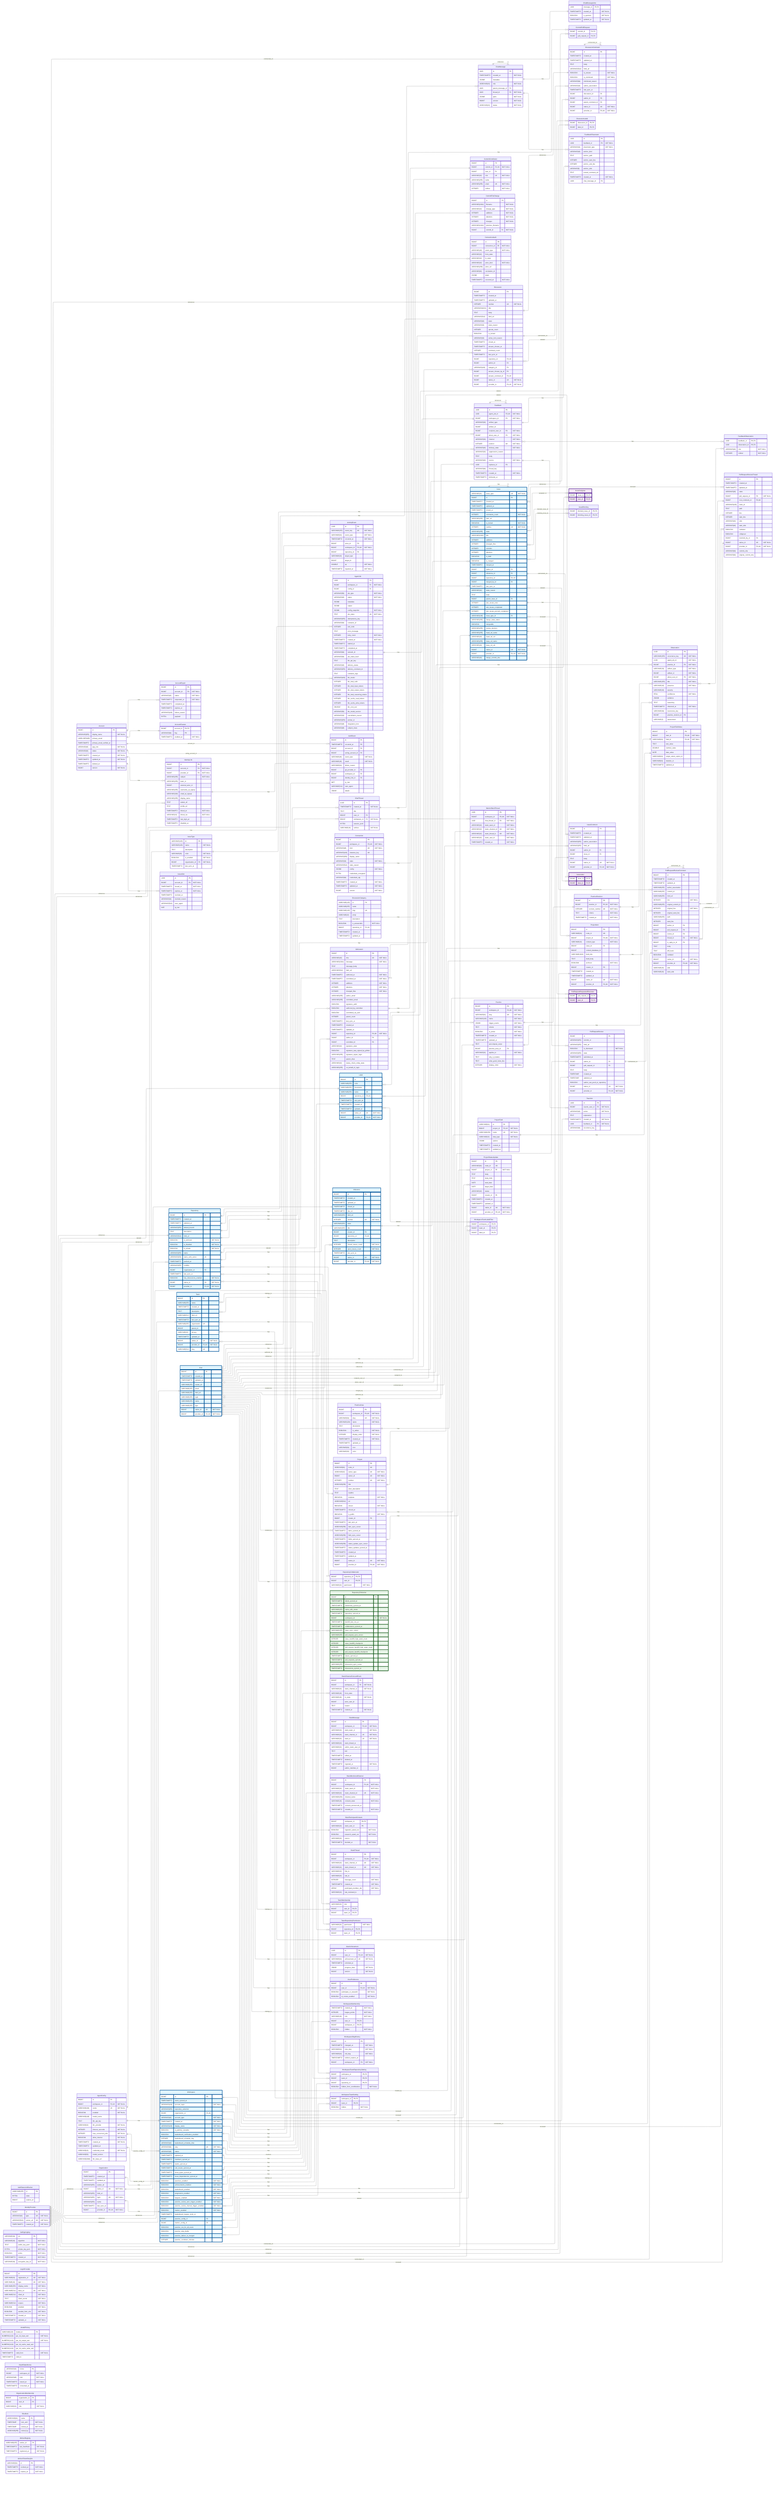
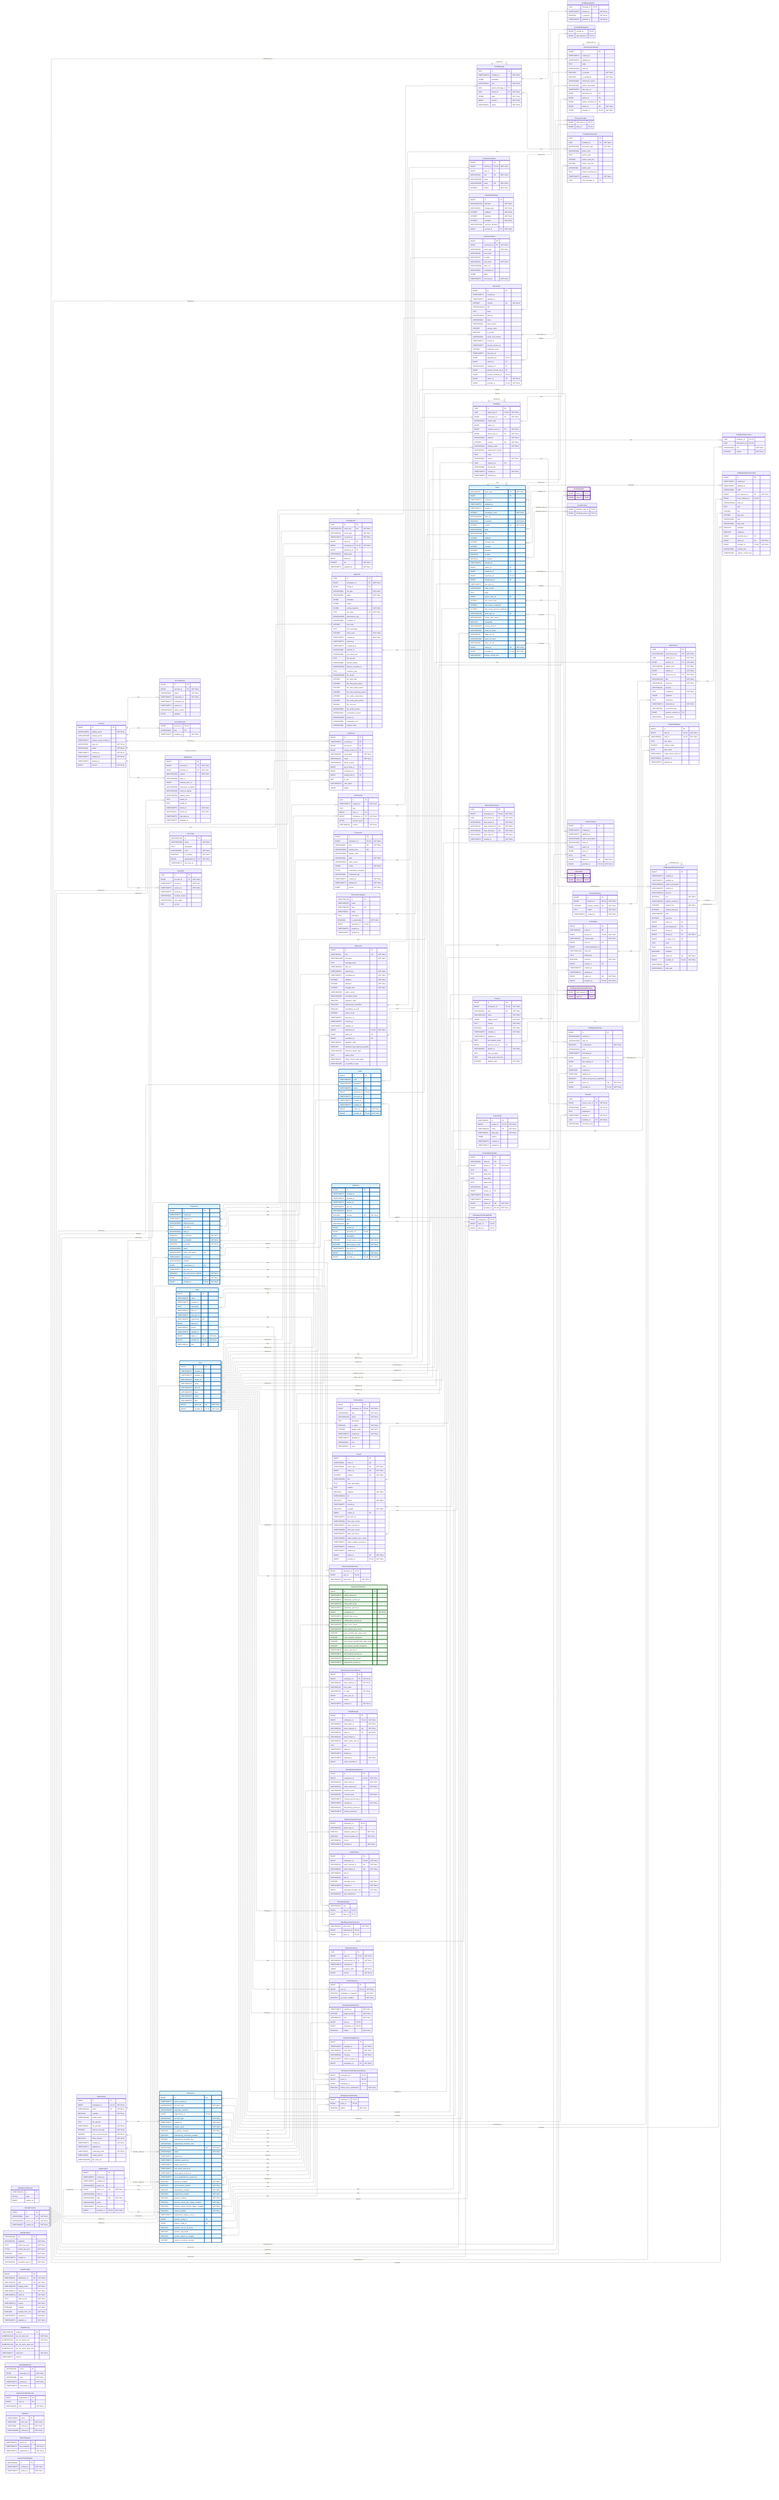
---
config:
    layout: elk
---
erDiagram
    %% Generated automatically from PostgreSQL database schema
    %% using scripts/generate-mermaid-erd.ts
    %% To regenerate: pnpm run db:generate-erd-docs

    direction LR

    Account {
        BIGINT id PK
        VARCHAR(255) display_name "NOT NULL"
        USER-DEFINED primary_email
        TIMESTAMPTZ primary_email_verified_at
        VARCHAR(16) app_role "NOT NULL"
        VARCHAR(16) status "NOT NULL"
        TIMESTAMPTZ created_at "NOT NULL"
        TIMESTAMPTZ updated_at "NOT NULL"
        TIMESTAMPTZ deleted_at
        BIGINT version "NOT NULL"
    }

    AccountExport {
        BIGINT id PK
        BIGINT account_id FK "NOT NULL"
        VARCHAR(16) status "NOT NULL"
        TIMESTAMPTZ requested_at "NOT NULL"
        TIMESTAMPTZ completed_at
        TIMESTAMPTZ expires_at
        VARCHAR(128) failure_reason
        BYTEA payload
    }

    AccountFeature {
        BIGINT account_id PK,FK
        VARCHAR(64) flag PK
        TIMESTAMPTZ enabled_at "NOT NULL"
    }

    ActivityEvent {
        UUID id PK
        VARCHAR(255) event_key UK "NOT NULL"
        VARCHAR(64) event_type "NOT NULL"
        TIMESTAMPTZ occurred_at "NOT NULL"
        BIGINT actor_id FK
        BIGINT workspace_id FK,UK "NOT NULL"
        BIGINT repository_id FK
        VARCHAR(32) target_type
        BIGINT target_id
        DOUBLE xp "NOT NULL"
        TIMESTAMPTZ ingested_at "NOT NULL"
    }

    AgentConfig {
        BIGINT id PK
        BIGINT workspace_id FK,UK "NOT NULL"
        VARCHAR(100) name UK "NOT NULL"
        BOOLEAN enabled "NOT NULL"
        VARCHAR(128) model_name
        TEXT llm_api_key
        VARCHAR(32) llm_provider "NOT NULL"
        INTEGER timeout_seconds "NOT NULL"
        INTEGER max_concurrent_jobs "NOT NULL"
        BOOLEAN allow_internet "NOT NULL"
        TIMESTAMPTZ created_at "NOT NULL"
        TIMESTAMPTZ updated_at
        VARCHAR(16) credential_mode "NOT NULL"
        VARCHAR(50) model_version
        VARCHAR(2048) llm_base_url
    }

    AgentJob {
        UUID id PK
        BIGINT workspace_id FK "NOT NULL"
        BIGINT config_id FK
        VARCHAR(50) job_type "NOT NULL"
        VARCHAR(20) status "NOT NULL"
        JSONB metadata
        JSONB output
        JSONB config_snapshot "NOT NULL"
        TEXT job_token UK "NOT NULL"
        VARCHAR(255) idempotency_key
        VARCHAR(64) container_id
        INTEGER exit_code
        TEXT error_message
        INTEGER retry_count "NOT NULL"
        TIMESTAMPTZ created_at "NOT NULL"
        TIMESTAMPTZ started_at
        TIMESTAMPTZ completed_at
        VARCHAR(64) network_id
        VARCHAR(64) job_token_hash
        TEXT llm_api_key
        VARCHAR(20) delivery_status
        VARCHAR(255) delivery_comment_id
        TEXT container_logs
        VARCHAR(100) llm_model
        INTEGER llm_total_calls
        INTEGER llm_total_input_tokens
        INTEGER llm_total_output_tokens
        INTEGER llm_total_reasoning_tokens
        INTEGER llm_cache_read_tokens
        INTEGER llm_cache_write_tokens
        DOUBLE llm_cost_usd
        VARCHAR(50) llm_model_version
        VARCHAR(32) cancellation_reason
        VARCHAR(255) worker_id
        VARCHAR(48) integration_kind
        VARCHAR(48) subject_class
    }

    AuthEvent {
        BIGINT id PK
        TIMESTAMPTZ occurred_at PK
        BIGINT account_id FK
        BIGINT acting_account_id FK
        VARCHAR(48) event_type "NOT NULL"
        VARCHAR(16) result "NOT NULL"
        VARCHAR(64) failure_reason
        BIGINT git_provider_id FK
        BIGINT workspace_id FK
        BIGINT identity_link_id FK
        INET ip_inet
        VARCHAR(512) user_agent
        JSONB details
    }

    AuthRateLimitBucket {
        VARCHAR(255) id PK
        BYTEA state
        BIGINT expires_at
    }

    ChatMessage {
        UUID id PK
        TIMESTAMPTZ created_at "NOT NULL"
        JSONB metadata
        VARCHAR(16) role "NOT NULL"
        UUID parent_message_id FK
        UUID thread_id FK "NOT NULL"
        JSONB parts "NOT NULL"
        BIGINT version "NOT NULL"
        VARCHAR(16) status "NOT NULL"
    }

    ChatMessageVote {
        UUID message_id PK,FK
        TIMESTAMPTZ created_at "NOT NULL"
        BOOLEAN is_upvoted "NOT NULL"
        TIMESTAMPTZ updated_at "NOT NULL"
    }

    ChatThread {
        UUID id PK
        TIMESTAMPTZ created_at "NOT NULL"
        TEXT title
        BIGINT user_id FK
        BIGINT workspace_id FK "NOT NULL"
        BYTEA session_jsonl
        VARCHAR(16) surface "NOT NULL"
    }

    CommitContributor {
        BIGINT id PK
        BIGINT commit_id FK,UK "NOT NULL"
        BIGINT user_id FK
        VARCHAR(32) role UK "NOT NULL"
        VARCHAR(255) name
        VARCHAR(255) email UK "NOT NULL"
        INTEGER ordinal "NOT NULL"
    }

    CommitFileChange {
        BIGINT id PK
        VARCHAR(1024) filename "NOT NULL"
        VARCHAR(32) change_type "NOT NULL"
        INTEGER additions "NOT NULL"
        INTEGER deletions "NOT NULL"
        INTEGER changes "NOT NULL"
        VARCHAR(1024) previous_filename
        BIGINT commit_id FK "NOT NULL"
    }

    CommitPullRequest {
        BIGINT commit_id PK,FK
        BIGINT pull_request_id PK,FK
    }

    Connection {
        BIGINT id PK
        BIGINT workspace_id FK,UK "NOT NULL"
        VARCHAR(48) kind UK "NOT NULL"
        VARCHAR(128) instance_key UK
        VARCHAR(256) display_name
        VARCHAR(32) state "NOT NULL"
        VARCHAR(512) state_reason
        JSONB config "NOT NULL"
        BYTEA credentials_encrypted
        VARCHAR(64) credentials_alg
        TIMESTAMPTZ created_at "NOT NULL"
        TIMESTAMPTZ updated_at "NOT NULL"
        BIGINT version "NOT NULL"
    }

    ConnectionAudit {
        BIGINT id PK
        BIGINT connection_id FK "NOT NULL"
        VARCHAR(48) event_type "NOT NULL"
        VARCHAR(32) from_state
        VARCHAR(32) to_state
        VARCHAR(32) actor_kind "NOT NULL"
        VARCHAR(256) actor_ref
        VARCHAR(64) correlation_id
        JSONB detail
        TIMESTAMPTZ occurred_at "NOT NULL"
    }

    Discussion {
        BIGINT id PK
        TIMESTAMPTZ created_at
        TIMESTAMPTZ updated_at
        INTEGER number UK "NOT NULL"
        VARCHAR(1024) title
        TEXT body
        VARCHAR(512) html_url
        VARCHAR(16) state
        VARCHAR(32) state_reason
        INTEGER upvote_count
        BOOLEAN is_locked
        VARCHAR(32) active_lock_reason
        TIMESTAMPTZ closed_at
        TIMESTAMPTZ answer_chosen_at
        INTEGER comment_count
        TIMESTAMPTZ last_sync_at
        BIGINT repository_id FK,UK
        BIGINT author_id FK
        VARCHAR(128) category_id FK
        BIGINT answer_chosen_by_id FK
        BIGINT answer_comment_id FK,UK
        BIGINT native_id UK "NOT NULL"
        BIGINT provider_id FK,UK "NOT NULL"
    }

    DiscussionCategory {
        VARCHAR(128) id PK
        VARCHAR(255) name
        VARCHAR(128) slug UK
        VARCHAR(32) emoji
        TEXT description
        BOOLEAN is_answerable "NOT NULL"
        BIGINT repository_id FK,UK
        TIMESTAMPTZ created_at
        TIMESTAMPTZ updated_at
    }

    DiscussionComment {
        BIGINT id PK
        TIMESTAMPTZ created_at
        TIMESTAMPTZ updated_at
        TEXT body
        VARCHAR(512) html_url
        BOOLEAN is_answer "NOT NULL"
        BOOLEAN is_minimized "NOT NULL"
        VARCHAR(64) minimized_reason
        VARCHAR(32) author_association
        TIMESTAMPTZ last_sync_at
        BIGINT discussion_id FK
        BIGINT author_id FK
        BIGINT parent_comment_id FK
        BIGINT native_id UK "NOT NULL"
        BIGINT provider_id FK,UK "NOT NULL"
    }

    DiscussionLabel {
        BIGINT discussion_id PK,FK
        BIGINT label_id PK,FK
    }

    Feedback {
        UUID id PK
        UUID agent_job_id FK,UK "NOT NULL"
        BIGINT workspace_id FK "NOT NULL"
        VARCHAR(32) artifact_type
        BIGINT artifact_id
        BIGINT recipient_user_id FK "NOT NULL"
        BIGINT about_user_id FK "NOT NULL"
        VARCHAR(32) channel "NOT NULL"
        INTEGER position UK "NOT NULL"
        VARCHAR(16) delivery_state "NOT NULL"
        VARCHAR(32) suppression_reason
        TEXT body
        VARCHAR(16) source "NOT NULL"
        UUID replaces_id FK
        VARCHAR(64) thread_key
        TIMESTAMPTZ created_at "NOT NULL"
        TIMESTAMPTZ delivered_at
    }

    FeedbackObservation {
        UUID feedback_id PK,FK
        UUID observation_id PK,FK
        VARCHAR(16) role "NOT NULL"
        INTEGER ordinal "NOT NULL"
    }

    FeedbackPlacement {
        UUID id PK
        UUID feedback_id FK "NOT NULL"
        VARCHAR(32) placement_type "NOT NULL"
        VARCHAR(16) anchor_kind
        TEXT anchor_path
        INTEGER anchor_start_line
        INTEGER anchor_end_line
        VARCHAR(8) anchor_side
        TEXT posted_comment_ref
        TIMESTAMPTZ created_at "NOT NULL"
        UUID chat_message_id FK
    }

    GitCommit {
        BIGINT id PK
        VARCHAR(40) sha UK "NOT NULL"
        VARCHAR(1024) message "NOT NULL"
        TEXT message_body
        VARCHAR(512) html_url
        TIMESTAMPTZ authored_at "NOT NULL"
        TIMESTAMPTZ committed_at "NOT NULL"
        INTEGER additions "NOT NULL"
        INTEGER deletions "NOT NULL"
        INTEGER changed_files "NOT NULL"
        VARCHAR(255) author_email
        VARCHAR(255) committer_email
        BOOLEAN signature_valid
        BOOLEAN authored_by_committer
        BOOLEAN committed_via_web
        INTEGER parent_count
        TIMESTAMPTZ last_sync_at
        TIMESTAMPTZ created_at
        TIMESTAMPTZ updated_at
        BIGINT repository_id FK,UK "NOT NULL"
        BIGINT author_id FK
        BIGINT committer_id FK
        VARCHAR(32) signature_state
        BOOLEAN signature_was_signed_by_github
        VARCHAR(255) signature_signer_login
        TEXT parent_shas
        VARCHAR(32) status_check_rollup_state
        VARCHAR(255) on_behalf_of_login
    }

    IdentityLink {
        BIGINT id PK
        BIGINT account_id FK "NOT NULL"
        BIGINT provider_id FK "NOT NULL"
        VARCHAR(255) subject "NOT NULL"
        VARCHAR(255) team_id
        BIGINT external_actor_id
        VARCHAR(255) username_at_signup
        VARCHAR(320) email_at_signup
        VARCHAR(255) display_name
        TEXT avatar_url
        TEXT profile_url
        TIMESTAMPTZ linked_at "NOT NULL"
        VARCHAR(16) linked_via "NOT NULL"
        TIMESTAMPTZ last_login_at
        TIMESTAMPTZ disabled_at
    }

    IdentityProvider {
        BIGINT id PK
        VARCHAR(10) type UK "NOT NULL"
        VARCHAR(512) server_url UK "NOT NULL"
        TIMESTAMPTZ created_at "NOT NULL"
    }

    Issue {
        VARCHAR(31) issue_type UK "NOT NULL"
        BIGINT id PK
        TIMESTAMPTZ created_at
        TIMESTAMPTZ updated_at
        TIMESTAMPTZ closed_at
        INTEGER comments_count "NOT NULL"
        VARCHAR(255) html_url
        BOOLEAN is_locked "NOT NULL"
        INTEGER number UK "NOT NULL"
        VARCHAR(255) state
        VARCHAR(1024) title
        INTEGER additions
        INTEGER changed_files
        INTEGER commits
        INTEGER deletions
        BOOLEAN is_draft
        BOOLEAN is_merged
        TIMESTAMPTZ merged_at
        BIGINT author_id FK
        BIGINT milestone_id FK
        BIGINT repository_id FK,UK
        BIGINT merged_by_id FK
        TIMESTAMPTZ last_sync_at
        VARCHAR(32) state_reason
        TEXT body
        BIGINT parent_issue_id FK
        INTEGER sub_issues_total
        INTEGER sub_issues_completed
        INTEGER sub_issues_percent_completed
        VARCHAR(128) issue_type_id FK
        VARCHAR(255) merge_state_status
        BOOLEAN mergeable
        VARCHAR(255) review_decision
        VARCHAR(255) head_ref_name
        VARCHAR(40) head_ref_oid
        VARCHAR(255) base_ref_name
        VARCHAR(40) base_ref_oid
        BIGINT native_id UK "NOT NULL"
        BIGINT provider_id FK,UK "NOT NULL"
        VARCHAR(40) merge_commit_sha
    }

    IssueAssignee {
        BIGINT issue_id PK,FK
        BIGINT user_id PK,FK
    }

    IssueBlocking {
        BIGINT blocked_issue_id PK,FK
        BIGINT blocking_issue_id PK,FK
    }

    IssueComment {
        BIGINT id PK
        TIMESTAMPTZ created_at
        TIMESTAMPTZ updated_at
        VARCHAR(255) author_association
        VARCHAR(255) html_url
        BIGINT author_id FK
        BIGINT issue_id FK
        TEXT body
        BIGINT native_id UK "NOT NULL"
        BIGINT provider_id FK,UK "NOT NULL"
    }

    IssueLabel {
        BIGINT issue_id PK,FK
        BIGINT label_id PK,FK
    }

    IssueType {
        VARCHAR(128) id PK
        VARCHAR(128) name "NOT NULL"
        TEXT description
        VARCHAR(20) color "NOT NULL"
        BOOLEAN is_enabled "NOT NULL"
        BIGINT organization_id FK "NOT NULL"
        TIMESTAMPTZ last_sync_at
    }

    IssuedJwt {
        UUID jti PK
        BIGINT account_id FK "NOT NULL"
        TIMESTAMPTZ issued_at "NOT NULL"
        TIMESTAMPTZ expires_at "NOT NULL"
        TIMESTAMPTZ revoked_at
        VARCHAR(32) revoked_reason
        VARCHAR(512) user_agent
        INET ip_inet
    }

    JwtSigningKey {
        VARCHAR(64) kid PK
        VARCHAR(16) algorithm "NOT NULL"
        TEXT public_key_pem "NOT NULL"
        BYTEA private_key_pem "NOT NULL"
        BOOLEAN active "NOT NULL"
        TIMESTAMPTZ created_at "NOT NULL"
        VARCHAR(64) encryption_key_id "NOT NULL"
    }

    Label {
        BIGINT id PK
        VARCHAR(255) color
        VARCHAR(255) description
        VARCHAR(255) name UK
        BIGINT repository_id FK,UK
        TIMESTAMPTZ last_sync_at
        TIMESTAMPTZ created_at
        TIMESTAMPTZ updated_at
        BIGINT native_id UK "NOT NULL"
        BIGINT provider_id FK,UK "NOT NULL"
    }

    LoginProvider {
        BIGINT id PK
        VARCHAR(64) registration_id UK "NOT NULL"
        VARCHAR(10) type UK "NOT NULL"
        VARCHAR(255) display_name "NOT NULL"
        VARCHAR(512) base_url UK "NOT NULL"
        VARCHAR(512) client_id "NOT NULL"
        TEXT client_secret "NOT NULL"
        VARCHAR(512) scopes "NOT NULL"
        BOOLEAN enabled "NOT NULL"
        BOOLEAN seeded_from_env "NOT NULL"
        TIMESTAMPTZ created_at "NOT NULL"
        TIMESTAMPTZ updated_at "NOT NULL"
    }

    MentorSlackThread {
        UUID id PK
        BIGINT workspace_id FK,UK "NOT NULL"
        UUID chat_thread_id FK "NOT NULL"
        VARCHAR(32) slack_team_id "NOT NULL"
        VARCHAR(32) slack_channel_id UK "NOT NULL"
        VARCHAR(32) slack_thread_ts UK "NOT NULL"
        VARCHAR(32) slack_user_id "NOT NULL"
        TIMESTAMPTZ created_at "NOT NULL"
    }

    Milestone {
        BIGINT id PK
        TIMESTAMPTZ created_at
        TIMESTAMPTZ updated_at
        TIMESTAMPTZ closed_at
        TIMESTAMPTZ due_on
        VARCHAR(255) html_url
        INTEGER number UK "NOT NULL"
        VARCHAR(255) state
        VARCHAR(255) title
        BIGINT creator_id FK
        BIGINT repository_id FK,UK
        TEXT description
        INTEGER closed_issues_count "NOT NULL"
        INTEGER open_issues_count "NOT NULL"
        TIMESTAMPTZ last_sync_at
        BIGINT native_id UK "NOT NULL"
        BIGINT provider_id FK,UK "NOT NULL"
    }

    ModelPricing {
        VARCHAR(128) model_id PK
        NUMERIC(12,6) per_1k_input_usd "NOT NULL"
        NUMERIC(12,6) per_1k_output_usd "NOT NULL"
        NUMERIC(12,6) per_1k_cache_read_usd
        NUMERIC(12,6) per_1k_cache_write_usd
        TIMESTAMPTZ valid_from "NOT NULL"
        TIMESTAMPTZ valid_to
    }

    OauthStateNonce {
        VARCHAR(32) nonce PK
        BIGINT workspace_id "NOT NULL"
        VARCHAR(48) kind "NOT NULL"
        TIMESTAMPTZ issued_at "NOT NULL"
        TIMESTAMPTZ consumed_at
    }

    Observation {
        UUID id PK
        VARCHAR(255) occurrence_key UK "NOT NULL"
        UUID agent_job_id "NOT NULL"
        BIGINT practice_id FK "NOT NULL"
        VARCHAR(32) artifact_type "NOT NULL"
        BIGINT artifact_id "NOT NULL"
        BIGINT about_user_id FK "NOT NULL"
        VARCHAR(255) title "NOT NULL"
        VARCHAR(16) presence "NOT NULL"
        VARCHAR(16) severity
        REAL confidence "NOT NULL"
        JSONB evidence
        TEXT reasoning
        TIMESTAMPTZ observed_at "NOT NULL"
        VARCHAR(64) recurrence_key
        BIGINT practice_revision_id FK
        VARCHAR(8) assessment
    }

    Organization {
        BIGINT id PK
        TIMESTAMPTZ created_at
        TIMESTAMPTZ updated_at
        VARCHAR(255) avatar_url
        BIGINT native_id UK "NOT NULL"
        VARCHAR(255) html_url
        VARCHAR(255) login UK "NOT NULL"
        VARCHAR(255) name
        TIMESTAMPTZ last_sync_at
        BIGINT provider_id FK,UK "NOT NULL"
    }

    OrganizationMembership {
        BIGINT organization_id PK
        BIGINT user_id PK
        VARCHAR(32) role "NOT NULL"
    }

    Practice {
        BIGINT id PK
        BIGINT workspace_id FK,UK "NOT NULL"
        VARCHAR(64) slug UK "NOT NULL"
        VARCHAR(128) name "NOT NULL"
        JSONB trigger_events "NOT NULL"
        TEXT criteria "NOT NULL"
        BOOLEAN is_active "NOT NULL"
        TIMESTAMPTZ created_at "NOT NULL"
        TIMESTAMPTZ updated_at
        TEXT precompute_script
        BIGINT practice_area_id FK
        VARCHAR(32) applies_to "NOT NULL"
        TEXT why_it_matters
        TEXT what_good_looks_like
        INTEGER display_order "NOT NULL"
    }

    PracticeArea {
        BIGINT id PK
        BIGINT workspace_id FK,UK "NOT NULL"
        VARCHAR(64) slug UK "NOT NULL"
        VARCHAR(128) name "NOT NULL"
        TEXT description
        BOOLEAN is_active "NOT NULL"
        INTEGER display_order "NOT NULL"
        TIMESTAMPTZ created_at "NOT NULL"
        TIMESTAMPTZ updated_at
        VARCHAR(64) icon
        VARCHAR(32) color
    }

    PracticeRevision {
        BIGINT id PK
        BIGINT practice_id FK,UK "NOT NULL"
        INTEGER revision_number UK "NOT NULL"
        TEXT criteria "NOT NULL"
        TIMESTAMPTZ created_at "NOT NULL"
    }

    Project {
        BIGINT id PK
        VARCHAR(64) node_id UK
        VARCHAR(32) owner_type UK "NOT NULL"
        BIGINT owner_id UK "NOT NULL"
        INTEGER number UK "NOT NULL"
        VARCHAR(256) title
        TEXT short_description
        TEXT readme
        BOOLEAN template "NOT NULL"
        VARCHAR(512) url
        BOOLEAN closed "NOT NULL"
        TIMESTAMPTZ closed_at
        BOOLEAN is_public "NOT NULL"
        BIGINT creator_id FK
        TIMESTAMPTZ last_sync_at
        VARCHAR(256) item_sync_cursor
        TIMESTAMPTZ items_synced_at
        VARCHAR(256) field_sync_cursor
        TIMESTAMPTZ fields_synced_at
        VARCHAR(256) status_update_sync_cursor
        TIMESTAMPTZ status_updates_synced_at
        TIMESTAMPTZ created_at
        TIMESTAMPTZ updated_at
        BIGINT native_id UK "NOT NULL"
        BIGINT provider_id FK,UK "NOT NULL"
    }

    ProjectField {
        VARCHAR(64) id PK
        BIGINT project_id FK,UK "NOT NULL"
        VARCHAR(256) name UK "NOT NULL"
        VARCHAR(32) data_type "NOT NULL"
        JSONB options
        TIMESTAMPTZ created_at
        TIMESTAMPTZ updated_at
    }

    ProjectFieldValue {
        BIGINT id PK
        BIGINT item_id FK,UK "NOT NULL"
        VARCHAR(64) field_id FK,UK "NOT NULL"
        TEXT text_value
        DOUBLE number_value
        DATE date_value
        VARCHAR(64) single_select_option_id
        VARCHAR(64) iteration_id
        TIMESTAMPTZ updated_at
    }

    ProjectItem {
        BIGINT id PK
        VARCHAR(64) node_id UK
        BIGINT project_id FK,UK "NOT NULL"
        VARCHAR(32) content_type "NOT NULL"
        BIGINT issue_id FK
        BIGINT content_database_id
        VARCHAR(1024) draft_title
        TEXT draft_body
        BOOLEAN archived "NOT NULL"
        BIGINT creator_id FK
        TIMESTAMPTZ created_at
        TIMESTAMPTZ updated_at
        BIGINT native_id UK "NOT NULL"
        BIGINT provider_id FK,UK "NOT NULL"
    }

    ProjectStatusUpdate {
        BIGINT id PK
        VARCHAR(64) node_id UK
        BIGINT project_id FK "NOT NULL"
        TEXT body
        TEXT body_html
        DATE start_date
        DATE target_date
        VARCHAR(32) status
        BIGINT creator_id FK
        TIMESTAMPTZ created_at
        TIMESTAMPTZ updated_at
        BIGINT native_id UK "NOT NULL"
        BIGINT provider_id FK,UK "NOT NULL"
    }

    PullRequestRequestedReviewer {
        BIGINT pull_request_id PK,FK
        BIGINT user_id PK,FK
    }

    PullRequestReview {
        BIGINT id PK
        VARCHAR(255) commit_id
        VARCHAR(255) html_url
        BOOLEAN is_dismissed "NOT NULL"
        VARCHAR(255) state
        TIMESTAMPTZ submitted_at
        BIGINT author_id FK
        BIGINT pull_request_id FK
        TEXT body
        TIMESTAMP created_at
        TIMESTAMP updated_at
        BOOLEAN author_can_push_to_repository
        BIGINT native_id UK "NOT NULL"
        BIGINT provider_id FK,UK "NOT NULL"
    }

    PullRequestReviewComment {
        BIGINT id PK
        TIMESTAMPTZ created_at
        TIMESTAMPTZ updated_at
        VARCHAR(255) author_association
        VARCHAR(255) commit_id
        VARCHAR(255) html_url
        INTEGER line "NOT NULL"
        VARCHAR(255) original_commit_id
        INTEGER original_line "NOT NULL"
        INTEGER original_start_line
        VARCHAR(255) path
        INTEGER start_line
        BIGINT author_id FK
        BIGINT pull_request_id FK
        BIGINT review_id FK
        BIGINT thread_id FK "NOT NULL"
        BIGINT in_reply_to_id FK
        TEXT body
        TEXT diff_hunk
        BOOLEAN outdated
        BIGINT native_id UK "NOT NULL"
        BIGINT provider_id FK,UK "NOT NULL"
        VARCHAR(16) side
        VARCHAR(16) start_side
    }

    PullRequestReviewThread {
        BIGINT id PK
        TIMESTAMPTZ created_at
        TIMESTAMPTZ updated_at
        VARCHAR(20) state
        BIGINT pull_request_id FK "NOT NULL"
        BIGINT root_comment_id FK,UK
        VARCHAR(128) node_id
        TEXT path
        INTEGER line
        INTEGER start_line
        VARCHAR(16) side
        VARCHAR(16) start_side
        BOOLEAN outdated
        BOOLEAN collapsed
        BIGINT resolved_by_id FK
        BIGINT native_id UK "NOT NULL"
        BIGINT provider_id FK,UK "NOT NULL"
        VARCHAR(64) commit_sha
        VARCHAR(64) original_commit_sha
    }

    Reaction {
        UUID id PK
        BIGINT reactor_user_id FK "NOT NULL"
        VARCHAR(16) action "NOT NULL"
        TEXT explanation
        TIMESTAMPTZ created_at "NOT NULL"
        UUID feedback_id FK "NOT NULL"
        VARCHAR(64) recurrence_key
    }

    Repository {
        BIGINT id PK
        TIMESTAMPTZ created_at
        TIMESTAMPTZ updated_at
        VARCHAR(255) default_branch
        TEXT description
        VARCHAR(512) html_url
        BOOLEAN is_archived "NOT NULL"
        BOOLEAN is_disabled "NOT NULL"
        BOOLEAN is_private "NOT NULL"
        VARCHAR(255) name
        VARCHAR(150) name_with_owner UK
        TIMESTAMPTZ pushed_at
        VARCHAR(255) visibility
        BIGINT organization_id FK
        TIMESTAMPTZ last_sync_at
        BOOLEAN has_discussions_enabled "NOT NULL"
        BIGINT native_id UK "NOT NULL"
        BIGINT provider_id FK,UK "NOT NULL"
    }

    RepositoryCollaborator {
        BIGINT repository_id PK,FK
        BIGINT user_id PK,FK
        VARCHAR(32) permission "NOT NULL"
    }

    RepositoryToMonitor {
        BIGINT id PK
        TIMESTAMPTZ labels_synced_at
        TIMESTAMPTZ milestones_synced_at
        VARCHAR(255) name_with_owner
        TIMESTAMPTZ repository_synced_at
        BIGINT workspace_id FK "NOT NULL"
        TIMESTAMPTZ backfill_last_run_at
        TIMESTAMPTZ collaborators_synced_at
        VARCHAR(255) issue_sync_cursor
        VARCHAR(255) pull_request_sync_cursor
        INTEGER issue_backfill_high_water_mark
        INTEGER issue_backfill_checkpoint
        INTEGER pull_request_backfill_high_water_mark
        INTEGER pull_request_backfill_checkpoint
        TIMESTAMPTZ issues_synced_at
        TIMESTAMPTZ pull_requests_synced_at
        VARCHAR(255) discussion_sync_cursor
        TIMESTAMPTZ discussions_synced_at
    }

    Shedlock {
        VARCHAR(64) name PK
        TIMESTAMP lock_until "NOT NULL"
        TIMESTAMP locked_at "NOT NULL"
        VARCHAR(255) locked_by "NOT NULL"
    }

    SlackChannelConsentEvent {
        BIGINT id PK
        BIGINT workspace_id FK "NOT NULL"
        VARCHAR(32) slack_channel_id "NOT NULL"
        VARCHAR(16) from_state
        VARCHAR(16) to_state "NOT NULL"
        BIGINT actor_user_id
        TEXT reason
        TIMESTAMPTZ created_at "NOT NULL"
    }

    SlackMessage {
        BIGINT id PK
        BIGINT workspace_id FK,UK "NOT NULL"
        VARCHAR(32) slack_team_id "NOT NULL"
        VARCHAR(32) slack_channel_id UK "NOT NULL"
        VARCHAR(32) slack_ts UK "NOT NULL"
        VARCHAR(32) slack_thread_ts
        VARCHAR(32) author_slack_user_id
        TEXT text
        TIMESTAMPTZ edited_at
        TIMESTAMPTZ deleted_at
        TIMESTAMPTZ ingested_at "NOT NULL"
        BIGINT author_member_id
    }

    SlackMonitoredChannel {
        BIGINT id PK
        BIGINT workspace_id FK,UK "NOT NULL"
        VARCHAR(32) slack_team_id "NOT NULL"
        VARCHAR(32) slack_channel_id UK "NOT NULL"
        VARCHAR(256) channel_name
        VARCHAR(16) consent_state "NOT NULL"
        TIMESTAMPTZ consent_announced_at
        TIMESTAMPTZ created_at "NOT NULL"
+         VARCHAR(32) last_history_synced_ts
+         TIMESTAMPTZ history_synced_at
    }

    SlackParticipantConsent {
        BIGINT workspace_id PK,FK
        VARCHAR(32) slack_user_id PK
        BOOLEAN ingestion_opted_out "NOT NULL"
        BOOLEAN research_opted_out "NOT NULL"
        VARCHAR(32) source
        TIMESTAMPTZ decided_at "NOT NULL"
    }

    SlackThread {
        BIGINT id PK
        BIGINT workspace_id FK,UK "NOT NULL"
        VARCHAR(32) slack_channel_id UK "NOT NULL"
        VARCHAR(32) slack_thread_ts UK "NOT NULL"
        VARCHAR(32) first_ts
        VARCHAR(32) last_ts
        INTEGER message_count "NOT NULL"
        TIMESTAMPTZ created_at "NOT NULL"
        ARRAY participant_member_ids "NOT NULL"
        VARCHAR(32) last_reviewed_ts
    }

    Team {
        BIGINT id PK
        VARCHAR(255) name
        TIMESTAMPTZ created_at
        TEXT description
        VARCHAR(512) html_url
        TIMESTAMPTZ last_sync_at
        VARCHAR(255) organization UK
        BIGINT parent_id
        VARCHAR(32) privacy
        TIMESTAMPTZ updated_at
        BIGINT native_id UK "NOT NULL"
        BIGINT provider_id FK,UK "NOT NULL"
        VARCHAR(512) slug UK
    }

    TeamMembership {
        VARCHAR(32) role
        BIGINT user_id PK,FK
        BIGINT team_id PK,FK
    }

    TeamRepositoryPermission {
        VARCHAR(32) permission "NOT NULL"
        BIGINT repository_id PK,FK
        BIGINT team_id PK,FK
    }

    User {
        BIGINT id PK
        TIMESTAMPTZ created_at
        TIMESTAMPTZ updated_at
        VARCHAR(255) avatar_url
        VARCHAR(255) email
        VARCHAR(255) html_url
        VARCHAR(255) login
        VARCHAR(255) name
        VARCHAR(255) type
        BIGINT native_id UK "NOT NULL"
        BIGINT provider_id FK,UK "NOT NULL"
    }

    UserAchievement {
        UUID id PK
        BIGINT user_id FK,UK "NOT NULL"
        VARCHAR(64) achievement_id UK "NOT NULL"
        TIMESTAMPTZ unlocked_at
        JSONB progress_data "NOT NULL"
        BIGINT version "NOT NULL"
    }

    UserPreference {
        BIGINT id PK
        BIGINT user_id FK,UK "NOT NULL"
        BOOLEAN participate_in_research "NOT NULL"
        BOOLEAN ai_review_enabled "NOT NULL"
    }

    WorkerRegistry {
        VARCHAR(255) worker_id PK
        TIMESTAMPTZ last_heartbeat "NOT NULL"
        TIMESTAMPTZ registered_at "NOT NULL"
    }

    WorkerTokenDenylist {
        VARCHAR(64) jti PK
        TIMESTAMPTZ revoked_at "NOT NULL"
        TIMESTAMPTZ expires_at "NOT NULL"
    }

    Workspace {
        BIGINT id PK
        TIMESTAMPTZ users_synced_at
        VARCHAR(120) account_login "NOT NULL"
        VARCHAR(255) repository_selection
        BIGINT organization_id FK,UK
        VARCHAR(10) account_type "NOT NULL"
        TIMESTAMPTZ created_at "NOT NULL"
        VARCHAR(120) display_name "NOT NULL"
        BOOLEAN is_publicly_viewable "NOT NULL"
        BOOLEAN leaderboard_notification_enabled
        INTEGER leaderboard_schedule_day
        VARCHAR(10) leaderboard_schedule_time
        VARCHAR(64) slug UK "NOT NULL"
        VARCHAR(20) status "NOT NULL"
        TIMESTAMPTZ updated_at
        TIMESTAMPTZ members_synced_at
        TIMESTAMPTZ teams_synced_at
        TIMESTAMPTZ sub_issues_synced_at
        TIMESTAMPTZ issue_types_synced_at
        TIMESTAMPTZ issue_dependencies_synced_at
        BOOLEAN practices_enabled "NOT NULL"
        BOOLEAN achievements_enabled "NOT NULL"
        BOOLEAN leaderboard_enabled "NOT NULL"
        BOOLEAN progression_enabled "NOT NULL"
        BOOLEAN leagues_enabled "NOT NULL"
        BOOLEAN practice_review_auto_trigger_enabled "NOT NULL"
        BOOLEAN practice_review_manual_trigger_enabled "NOT NULL"
        BOOLEAN mentor_enabled "NOT NULL"
        TIMESTAMPTZ leaderboard_league_cycle_at
        BIGINT practice_config_id FK
        BIGINT mentor_config_id FK
        BOOLEAN practice_run_for_all_users
        BOOLEAN practice_skip_drafts
        BOOLEAN practice_deliver_to_merged
        INTEGER practice_cooldown_minutes
    }

    WorkspaceMembership {
        TIMESTAMPTZ created_at "NOT NULL"
        INTEGER league_points "NOT NULL"
        VARCHAR(16) role "NOT NULL"
        BIGINT user_id PK,FK
        BIGINT workspace_id PK,FK
        BOOLEAN hidden "NOT NULL"
    }

    WorkspaceSlugHistory {
        BIGINT id PK
        TIMESTAMPTZ changed_at "NOT NULL"
        VARCHAR(64) new_slug "NOT NULL"
        VARCHAR(64) old_slug "NOT NULL"
        TIMESTAMPTZ redirect_expires_at
        BIGINT workspace_id FK "NOT NULL"
    }

    WorkspaceTeamLabelFilter {
        BIGINT workspace_id PK,FK
        BIGINT team_id PK,FK
        BIGINT label_id PK,FK
    }

    WorkspaceTeamRepositorySetting {
        BIGINT workspace_id PK,FK
        BIGINT team_id PK,FK
        BIGINT repository_id PK,FK
        BOOLEAN hidden_from_contributions "NOT NULL"
    }

    WorkspaceTeamSetting {
        BIGINT workspace_id PK,FK
        BIGINT team_id PK,FK
        BOOLEAN hidden "NOT NULL"
    }

    %% Relationships
    %% One-to-One relationships
    Account ||--|| AccountFeature : has
    Workspace ||--|| ActivityEvent : has
    Workspace ||--|| AgentConfig : has
    ChatMessage ||--|| ChatMessageVote : has
    GitCommit ||--|| CommitContributor : has
    Workspace ||--|| Connection : has
    Repository ||--|| Discussion : has
    DiscussionComment ||--|| Discussion : references
    IdentityProvider ||--|| Discussion : references
    Repository ||--|| DiscussionCategory : has
    IdentityProvider ||--|| DiscussionComment : commented_on
    AgentJob ||--|| Feedback : has
    Repository ||--|| GitCommit : has
    Repository ||--|| Issue : has
    IdentityProvider ||--|| Issue : references
    IdentityProvider ||--|| IssueComment : commented_on
    Repository ||--|| Label : labeled
    IdentityProvider ||--|| Label : labeled
    Workspace ||--|| MentorSlackThread : has
    Repository ||--|| Milestone : has
    IdentityProvider ||--|| Milestone : references
    IdentityProvider ||--|| Organization : references
    Workspace ||--|| Practice : has
    Workspace ||--|| PracticeArea : has
    Practice ||--|| PracticeRevision : has
    IdentityProvider ||--|| Project : references
    Project ||--|| ProjectField : has
    ProjectItem ||--|| ProjectFieldValue : has
    ProjectField ||--|| ProjectFieldValue : has
    Project ||--|| ProjectItem : has
    IdentityProvider ||--|| ProjectItem : references
    IdentityProvider ||--|| ProjectStatusUpdate : references
    IdentityProvider ||--|| PullRequestReview : reviewed
    IdentityProvider ||--|| PullRequestReviewComment : commented_on
    PullRequestReviewComment ||--|| PullRequestReviewThread : reviewed
    IdentityProvider ||--|| PullRequestReviewThread : reviewed
    IdentityProvider ||--|| Repository : references
    Workspace ||--|| SlackMessage : has
    Workspace ||--|| SlackMonitoredChannel : has
    Workspace ||--|| SlackParticipantConsent : has
    Workspace ||--|| SlackThread : has
    IdentityProvider ||--|| Team : references
    IdentityProvider ||--|| User : references
    User ||--|| UserAchievement : has
    User ||--|| UserPreference : has
    Organization ||--|| Workspace : has
    User ||--|| WorkspaceMembership : belongs_to
    Workspace ||--|| WorkspaceMembership : belongs_to

    %% One-to-Many relationships
    Account ||--o{ AccountExport : has
    User ||--o{ ActivityEvent : references
    Repository ||--o{ ActivityEvent : has
    Workspace ||--o{ AgentJob : has
    AgentConfig ||--o{ AgentJob : has
    Account ||--o{ AuthEvent : account_id
    Account ||--o{ AuthEvent : acting_account_id
    IdentityProvider ||--o{ AuthEvent : references
    Workspace ||--o{ AuthEvent : has
    IdentityLink ||--o{ AuthEvent : has
    ChatMessage ||--o{ ChatMessage : references
    ChatThread ||--o{ ChatMessage : has
    User ||--o{ ChatThread : has
    Workspace ||--o{ ChatThread : has
    User ||--o{ CommitContributor : has
    GitCommit ||--o{ CommitFileChange : has
    Connection ||--o{ ConnectionAudit : has
    User ||--o{ Discussion : authored_by
    DiscussionCategory ||--o{ Discussion : has
    User ||--o{ Discussion : references
    Discussion ||--o{ DiscussionComment : commented_on
    User ||--o{ DiscussionComment : commented_on
    DiscussionComment ||--o{ DiscussionComment : commented_on
    Workspace ||--o{ Feedback : has
    User ||--o{ Feedback : recipient_user_id
    User ||--o{ Feedback : about_user_id
    Feedback ||--o{ Feedback : references
    Feedback ||--o{ FeedbackPlacement : has
    ChatMessage ||--o{ FeedbackPlacement : has
    User ||--o{ GitCommit : authored_by
    User ||--o{ GitCommit : references
    Account ||--o{ IdentityLink : has
    IdentityProvider ||--o{ IdentityLink : references
    User ||--o{ Issue : authored_by
    Milestone ||--o{ Issue : has
    User ||--o{ Issue : merged_by
    Issue ||--o{ Issue : has
    IssueType ||--o{ Issue : has
    User ||--o{ IssueComment : commented_on
    Issue ||--o{ IssueComment : commented_on
    Organization ||--o{ IssueType : has
    Account ||--o{ IssuedJwt : has
    ChatThread ||--o{ MentorSlackThread : has
    User ||--o{ Milestone : created_by
    Practice ||--o{ Observation : has
    User ||--o{ Observation : has
    PracticeRevision ||--o{ Observation : has
    PracticeArea ||--o{ Practice : has
    User ||--o{ Project : created_by
    Issue ||--o{ ProjectItem : has
    User ||--o{ ProjectItem : created_by
    Project ||--o{ ProjectStatusUpdate : has
    User ||--o{ ProjectStatusUpdate : created_by
    User ||--o{ PullRequestReview : reviewed
    Issue ||--o{ PullRequestReview : reviewed
    User ||--o{ PullRequestReviewComment : commented_on
    Issue ||--o{ PullRequestReviewComment : commented_on
    PullRequestReview ||--o{ PullRequestReviewComment : commented_on
    PullRequestReviewThread ||--o{ PullRequestReviewComment : commented_on
    PullRequestReviewComment ||--o{ PullRequestReviewComment : commented_on
    Issue ||--o{ PullRequestReviewThread : reviewed
    User ||--o{ PullRequestReviewThread : reviewed
    User ||--o{ Reaction : has
    Feedback ||--o{ Reaction : has
    Organization ||--o{ Repository : has
    Workspace ||--o{ RepositoryToMonitor : monitors
    Workspace ||--o{ SlackChannelConsentEvent : has
    AgentConfig ||--o{ Workspace : practice_config_id
    AgentConfig ||--o{ Workspace : mentor_config_id
    Workspace ||--o{ WorkspaceSlugHistory : has

    %% Many-to-Many relationships
    GitCommit }o--o{ CommitPullRequest : has
    Issue }o--o{ CommitPullRequest : references
    Discussion }o--o{ DiscussionLabel : labeled
    Label }o--o{ DiscussionLabel : labeled
    Feedback }o--o{ FeedbackObservation : has
    Observation }o--o{ FeedbackObservation : has
    Issue }o--o{ IssueAssignee : assigned_to
    User }o--o{ IssueAssignee : assigned_to
    Issue }o--o{ IssueBlocking : blocked_issue_id
    Issue }o--o{ IssueBlocking : blocking_issue_id
    Issue }o--o{ IssueLabel : labeled
    Label }o--o{ IssueLabel : labeled
    Issue }o--o{ PullRequestRequestedReviewer : reviewed
    User }o--o{ PullRequestRequestedReviewer : reviewed
    Repository }o--o{ RepositoryCollaborator : has
    User }o--o{ RepositoryCollaborator : has
    User }o--o{ TeamMembership : belongs_to
    Team }o--o{ TeamMembership : belongs_to
    Repository }o--o{ TeamRepositoryPermission : has
    Team }o--o{ TeamRepositoryPermission : has
    Workspace }o--o{ WorkspaceTeamLabelFilter : labeled
    Team }o--o{ WorkspaceTeamLabelFilter : labeled
    Label }o--o{ WorkspaceTeamLabelFilter : labeled
    Workspace }o--o{ WorkspaceTeamRepositorySetting : has
    Team }o--o{ WorkspaceTeamRepositorySetting : has
    Repository }o--o{ WorkspaceTeamRepositorySetting : has
    Workspace }o--o{ WorkspaceTeamSetting : has
    Team }o--o{ WorkspaceTeamSetting : has

    %% Styling
    classDef primaryEntity fill:#e1f5fe,stroke:#01579b,stroke-width:2px
    classDef associationEntity fill:#f3e5f5,stroke:#4a148c,stroke-width:2px
    classDef metadataEntity fill:#e8f5e8,stroke:#1b5e20,stroke-width:2px

    class Issue primaryEntity
    class IssueAssignee associationEntity
    class IssueLabel associationEntity
    class Label primaryEntity
    class Milestone primaryEntity
    class PullRequestRequestedReviewer associationEntity
    class Repository primaryEntity
    class RepositoryToMonitor metadataEntity
    class Team primaryEntity
    class User primaryEntity
    class Workspace primaryEntity
